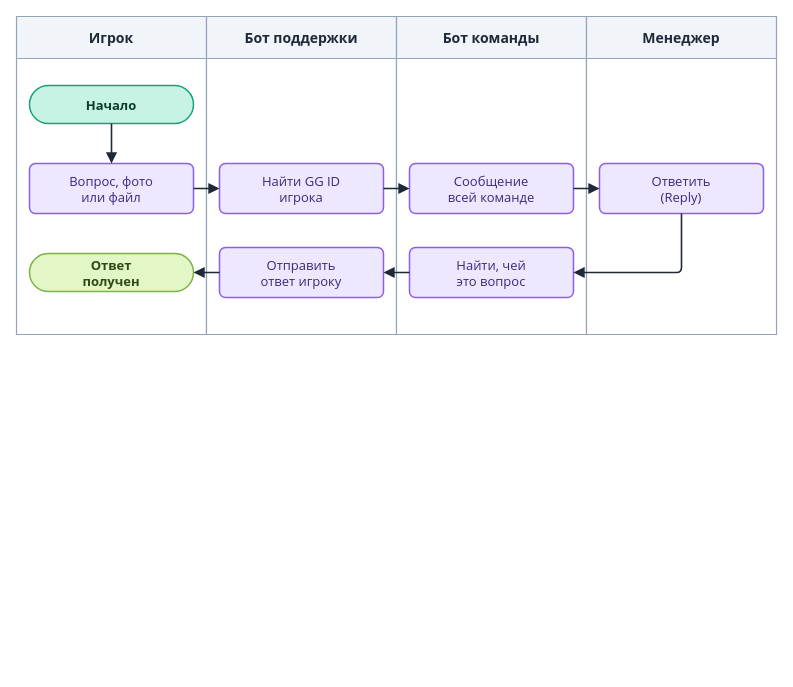
Before: diagrams/drawio/support.drawio in LILSUFFER/zerake-docs, a draw.io diagram. Source tidied: cells renumbered, new cells numbered last; positions are measured from the earlier drawing's top-left corner, leaving out a move shared by most shapes. Both pictures are drawn from the tidied source at 100%, with x=0, y=0 at pixel (16, 16).
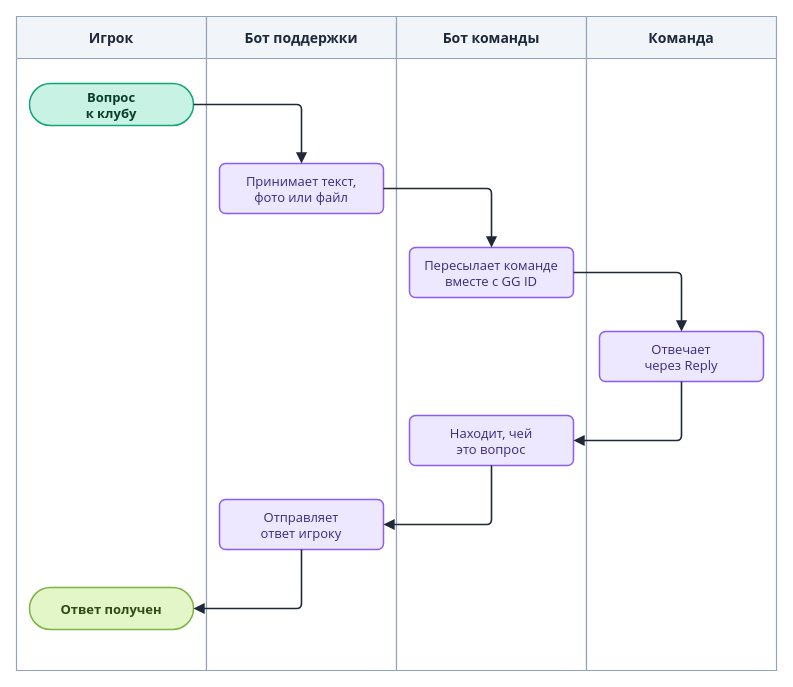
Above is the later version.

Change to the diagram source:
```diff
@@
     <mxCell id="2" value="Игрок" style="swimlane;horizontal=1;startSize=42;fillColor=#F1F4F9;swimlaneFillColor=#FFFFFF;strokeColor=#94A3B8;fontColor=#1E293B;fontStyle=1;fontSize=14;fontFamily=Segoe UI;strokeWidth=1.2;" parent="1" vertex="1">
-      <mxGeometry width="190" height="318" as="geometry" />
+      <mxGeometry width="190" height="654" as="geometry" />
     </mxCell>
     <mxCell id="3" value="Бот поддержки" style="swimlane;horizontal=1;startSize=42;fillColor=#F1F4F9;swimlaneFillColor=#FFFFFF;strokeColor=#94A3B8;fontColor=#1E293B;fontStyle=1;fontSize=14;fontFamily=Segoe UI;strokeWidth=1.2;" parent="1" vertex="1">
-      <mxGeometry x="190" width="190" height="318" as="geometry" />
+      <mxGeometry x="190" width="190" height="654" as="geometry" />
     </mxCell>
     <mxCell id="4" value="Бот команды" style="swimlane;horizontal=1;startSize=42;fillColor=#F1F4F9;swimlaneFillColor=#FFFFFF;strokeColor=#94A3B8;fontColor=#1E293B;fontStyle=1;fontSize=14;fontFamily=Segoe UI;strokeWidth=1.2;" parent="1" vertex="1">
-      <mxGeometry x="380" width="190" height="318" as="geometry" />
+      <mxGeometry x="380" width="190" height="654" as="geometry" />
     </mxCell>
-    <mxCell id="5" value="Менеджер" style="swimlane;horizontal=1;startSize=42;fillColor=#F1F4F9;swimlaneFillColor=#FFFFFF;strokeColor=#94A3B8;fontColor=#1E293B;fontStyle=1;fontSize=14;fontFamily=Segoe UI;strokeWidth=1.2;" parent="1" vertex="1">
-      <mxGeometry x="570" width="190" height="318" as="geometry" />
+    <mxCell id="5" value="Команда" style="swimlane;horizontal=1;startSize=42;fillColor=#F1F4F9;swimlaneFillColor=#FFFFFF;strokeColor=#94A3B8;fontColor=#1E293B;fontStyle=1;fontSize=14;fontFamily=Segoe UI;strokeWidth=1.2;" parent="1" vertex="1">
+      <mxGeometry x="570" width="190" height="654" as="geometry" />
     </mxCell>
-    <mxCell id="6" value="Начало" style="rounded=1;arcSize=50;html=0;fillColor=#C7F2E4;strokeColor=#12A477;fontColor=#0B3D2C;fontStyle=1;fontFamily=Segoe UI;fontSize=13;strokeWidth=1.5;" parent="1" vertex="1">
-      <mxGeometry x="13" y="69" width="164" height="38" as="geometry" />
+    <mxCell id="6" value="Вопрос&#10;к клубу" style="rounded=1;arcSize=50;html=0;fontStyle=1;fillColor=#C7F2E4;strokeColor=#12A477;fontColor=#0B3D2C;fontFamily=Segoe UI;fontSize=13;strokeWidth=1.5;" parent="1" vertex="1">
+      <mxGeometry x="13" y="67" width="164" height="42" as="geometry" />
     </mxCell>
-    <mxCell id="7" value="Вопрос, фото&#10;или файл" style="rounded=1;arcSize=12;html=0;fillColor=#EDE7FF;strokeColor=#8B5CF6;fontColor=#3B2A7A;fontFamily=Segoe UI;fontSize=13;strokeWidth=1.5;" parent="1" vertex="1">
-      <mxGeometry x="13" y="147" width="164" height="50" as="geometry" />
-    </mxCell>
-    <mxCell id="8" value="Найти GG ID&#10;игрока" style="rounded=1;arcSize=12;html=0;fillColor=#EDE7FF;strokeColor=#8B5CF6;fontColor=#3B2A7A;fontFamily=Segoe UI;fontSize=13;strokeWidth=1.5;" parent="1" vertex="1">
-      <mxGeometry x="203" y="147" width="164" height="50" as="geometry" />
-    </mxCell>
+    <mxCell id="21" value="Принимает текст,&#10;фото или файл" style="rounded=1;arcSize=12;html=0;fillColor=#EDE7FF;strokeColor=#8B5CF6;fontColor=#3B2A7A;fontFamily=Segoe UI;fontSize=13;strokeWidth=1.5;" parent="1" vertex="1">
+      <mxGeometry x="203" y="147" width="164" height="50" as="geometry" />
+    </mxCell>
-    <mxCell id="9" value="Сообщение&#10;всей команде" style="rounded=1;arcSize=12;html=0;fillColor=#EDE7FF;strokeColor=#8B5CF6;fontColor=#3B2A7A;fontFamily=Segoe UI;fontSize=13;strokeWidth=1.5;" parent="1" vertex="1">
-      <mxGeometry x="393" y="147" width="164" height="50" as="geometry" />
+    <mxCell id="9" value="Пересылает команде&#10;вместе с GG ID" style="rounded=1;arcSize=12;html=0;fillColor=#EDE7FF;strokeColor=#8B5CF6;fontColor=#3B2A7A;fontFamily=Segoe UI;fontSize=13;strokeWidth=1.5;" parent="1" vertex="1">
+      <mxGeometry x="393" y="231" width="164" height="50" as="geometry" />
     </mxCell>
-    <mxCell id="10" value="Ответить&#10;(Reply)" style="rounded=1;arcSize=12;html=0;fillColor=#EDE7FF;strokeColor=#8B5CF6;fontColor=#3B2A7A;fontFamily=Segoe UI;fontSize=13;strokeWidth=1.5;" parent="1" vertex="1">
-      <mxGeometry x="583" y="147" width="164" height="50" as="geometry" />
+    <mxCell id="10" value="Отвечает&#10;через Reply" style="rounded=1;arcSize=12;html=0;fillColor=#EDE7FF;strokeColor=#8B5CF6;fontColor=#3B2A7A;fontFamily=Segoe UI;fontSize=13;strokeWidth=1.5;" parent="1" vertex="1">
+      <mxGeometry x="583" y="315" width="164" height="50" as="geometry" />
     </mxCell>
-    <mxCell id="11" value="Найти, чей&#10;это вопрос" style="rounded=1;arcSize=12;html=0;fillColor=#EDE7FF;strokeColor=#8B5CF6;fontColor=#3B2A7A;fontFamily=Segoe UI;fontSize=13;strokeWidth=1.5;" parent="1" vertex="1">
-      <mxGeometry x="393" y="231" width="164" height="50" as="geometry" />
+    <mxCell id="11" value="Находит, чей&#10;это вопрос" style="rounded=1;arcSize=12;html=0;fillColor=#EDE7FF;strokeColor=#8B5CF6;fontColor=#3B2A7A;fontFamily=Segoe UI;fontSize=13;strokeWidth=1.5;" parent="1" vertex="1">
+      <mxGeometry x="393" y="399" width="164" height="50" as="geometry" />
     </mxCell>
-    <mxCell id="12" value="Отправить&#10;ответ игроку" style="rounded=1;arcSize=12;html=0;fillColor=#EDE7FF;strokeColor=#8B5CF6;fontColor=#3B2A7A;fontFamily=Segoe UI;fontSize=13;strokeWidth=1.5;" parent="1" vertex="1">
-      <mxGeometry x="203" y="231" width="164" height="50" as="geometry" />
+    <mxCell id="12" value="Отправляет&#10;ответ игроку" style="rounded=1;arcSize=12;html=0;fillColor=#EDE7FF;strokeColor=#8B5CF6;fontColor=#3B2A7A;fontFamily=Segoe UI;fontSize=13;strokeWidth=1.5;" parent="1" vertex="1">
+      <mxGeometry x="203" y="483" width="164" height="50" as="geometry" />
     </mxCell>
-    <mxCell id="13" value="Ответ&#10;получен" style="rounded=1;arcSize=50;html=0;fillColor=#E3F6C8;strokeColor=#7CB342;fontColor=#2F4A12;fontStyle=1;fontFamily=Segoe UI;fontSize=13;strokeWidth=1.5;" parent="1" vertex="1">
-      <mxGeometry x="13" y="237" width="164" height="38" as="geometry" />
+    <mxCell id="13" value="Ответ получен" style="rounded=1;arcSize=50;html=0;fontStyle=1;fillColor=#E3F6C8;strokeColor=#7CB342;fontColor=#2F4A12;fontFamily=Segoe UI;fontSize=13;strokeWidth=1.5;" parent="1" vertex="1">
+      <mxGeometry x="13" y="571" width="164" height="42" as="geometry" />
     </mxCell>
-    <mxCell id="14" style="edgeStyle=orthogonalEdgeStyle;rounded=1;arcSize=10;jettySize=auto;html=0;strokeColor=#1F2937;strokeWidth=1.6;endArrow=block;endFill=1;endSize=7;fontFamily=Segoe UI;fontSize=12;fontStyle=1;fontColor=#334155;labelBackgroundColor=#FFFFFF;" parent="1" edge="1" source="6" target="7">
+    <mxCell id="14" style="edgeStyle=orthogonalEdgeStyle;rounded=1;arcSize=10;jettySize=auto;html=0;strokeColor=#1F2937;strokeWidth=1.6;endArrow=block;endFill=1;endSize=7;fontFamily=Segoe UI;fontSize=12;fontStyle=1;fontColor=#334155;labelBackgroundColor=#FFFFFF;" parent="1" edge="1" source="6" target="21">
       <mxGeometry relative="1" as="geometry" />
     </mxCell>
-    <mxCell id="15" style="edgeStyle=orthogonalEdgeStyle;rounded=1;arcSize=10;jettySize=auto;html=0;strokeColor=#1F2937;strokeWidth=1.6;endArrow=block;endFill=1;endSize=7;fontFamily=Segoe UI;fontSize=12;fontStyle=1;fontColor=#334155;labelBackgroundColor=#FFFFFF;" parent="1" edge="1" source="7" target="8">
+    <mxCell id="15" style="edgeStyle=orthogonalEdgeStyle;rounded=1;arcSize=10;jettySize=auto;html=0;strokeColor=#1F2937;strokeWidth=1.6;endArrow=block;endFill=1;endSize=7;fontFamily=Segoe UI;fontSize=12;fontStyle=1;fontColor=#334155;labelBackgroundColor=#FFFFFF;" parent="1" edge="1" source="21" target="9">
       <mxGeometry relative="1" as="geometry" />
     </mxCell>
-    <mxCell id="16" style="edgeStyle=orthogonalEdgeStyle;rounded=1;arcSize=10;jettySize=auto;html=0;strokeColor=#1F2937;strokeWidth=1.6;endArrow=block;endFill=1;endSize=7;fontFamily=Segoe UI;fontSize=12;fontStyle=1;fontColor=#334155;labelBackgroundColor=#FFFFFF;" parent="1" edge="1" source="8" target="9">
+    <mxCell id="16" style="edgeStyle=orthogonalEdgeStyle;rounded=1;arcSize=10;jettySize=auto;html=0;strokeColor=#1F2937;strokeWidth=1.6;endArrow=block;endFill=1;endSize=7;fontFamily=Segoe UI;fontSize=12;fontStyle=1;fontColor=#334155;labelBackgroundColor=#FFFFFF;" parent="1" edge="1" source="9" target="10">
       <mxGeometry relative="1" as="geometry" />
     </mxCell>
-    <mxCell id="17" style="edgeStyle=orthogonalEdgeStyle;rounded=1;arcSize=10;jettySize=auto;html=0;strokeColor=#1F2937;strokeWidth=1.6;endArrow=block;endFill=1;endSize=7;fontFamily=Segoe UI;fontSize=12;fontStyle=1;fontColor=#334155;labelBackgroundColor=#FFFFFF;" parent="1" edge="1" source="9" target="10">
+    <mxCell id="17" style="edgeStyle=orthogonalEdgeStyle;rounded=1;arcSize=10;jettySize=auto;html=0;strokeColor=#1F2937;strokeWidth=1.6;endArrow=block;endFill=1;endSize=7;fontFamily=Segoe UI;fontSize=12;fontStyle=1;fontColor=#334155;labelBackgroundColor=#FFFFFF;exitX=0.5;exitY=1;entryX=1;entryY=0.5;" parent="1" edge="1" source="10" target="11">
       <mxGeometry relative="1" as="geometry" />
     </mxCell>
-    <mxCell id="18" style="edgeStyle=orthogonalEdgeStyle;rounded=1;arcSize=10;jettySize=auto;html=0;strokeColor=#1F2937;strokeWidth=1.6;endArrow=block;endFill=1;endSize=7;fontFamily=Segoe UI;fontSize=12;fontStyle=1;fontColor=#334155;labelBackgroundColor=#FFFFFF;exitX=0.5;exitY=1;entryX=1;entryY=0.5;" parent="1" edge="1" source="10" target="11">
+    <mxCell id="18" style="edgeStyle=orthogonalEdgeStyle;rounded=1;arcSize=10;jettySize=auto;html=0;strokeColor=#1F2937;strokeWidth=1.6;endArrow=block;endFill=1;endSize=7;fontFamily=Segoe UI;fontSize=12;fontStyle=1;fontColor=#334155;labelBackgroundColor=#FFFFFF;exitX=0.5;exitY=1;entryX=1;entryY=0.5;" parent="1" edge="1" source="11" target="12">
       <mxGeometry relative="1" as="geometry" />
     </mxCell>
-    <mxCell id="19" style="edgeStyle=orthogonalEdgeStyle;rounded=1;arcSize=10;jettySize=auto;html=0;strokeColor=#1F2937;strokeWidth=1.6;endArrow=block;endFill=1;endSize=7;fontFamily=Segoe UI;fontSize=12;fontStyle=1;fontColor=#334155;labelBackgroundColor=#FFFFFF;" parent="1" edge="1" source="11" target="12">
+    <mxCell id="19" style="edgeStyle=orthogonalEdgeStyle;rounded=1;arcSize=10;jettySize=auto;html=0;strokeColor=#1F2937;strokeWidth=1.6;endArrow=block;endFill=1;endSize=7;fontFamily=Segoe UI;fontSize=12;fontStyle=1;fontColor=#334155;labelBackgroundColor=#FFFFFF;exitX=0.5;exitY=1;entryX=1;entryY=0.5;" parent="1" edge="1" source="12" target="13">
       <mxGeometry relative="1" as="geometry" />
     </mxCell>
-    <mxCell id="20" style="edgeStyle=orthogonalEdgeStyle;rounded=1;arcSize=10;jettySize=auto;html=0;strokeColor=#1F2937;strokeWidth=1.6;endArrow=block;endFill=1;endSize=7;fontFamily=Segoe UI;fontSize=12;fontStyle=1;fontColor=#334155;labelBackgroundColor=#FFFFFF;" parent="1" edge="1" source="12" target="13">
-      <mxGeometry relative="1" as="geometry" />
-    </mxCell>
```
